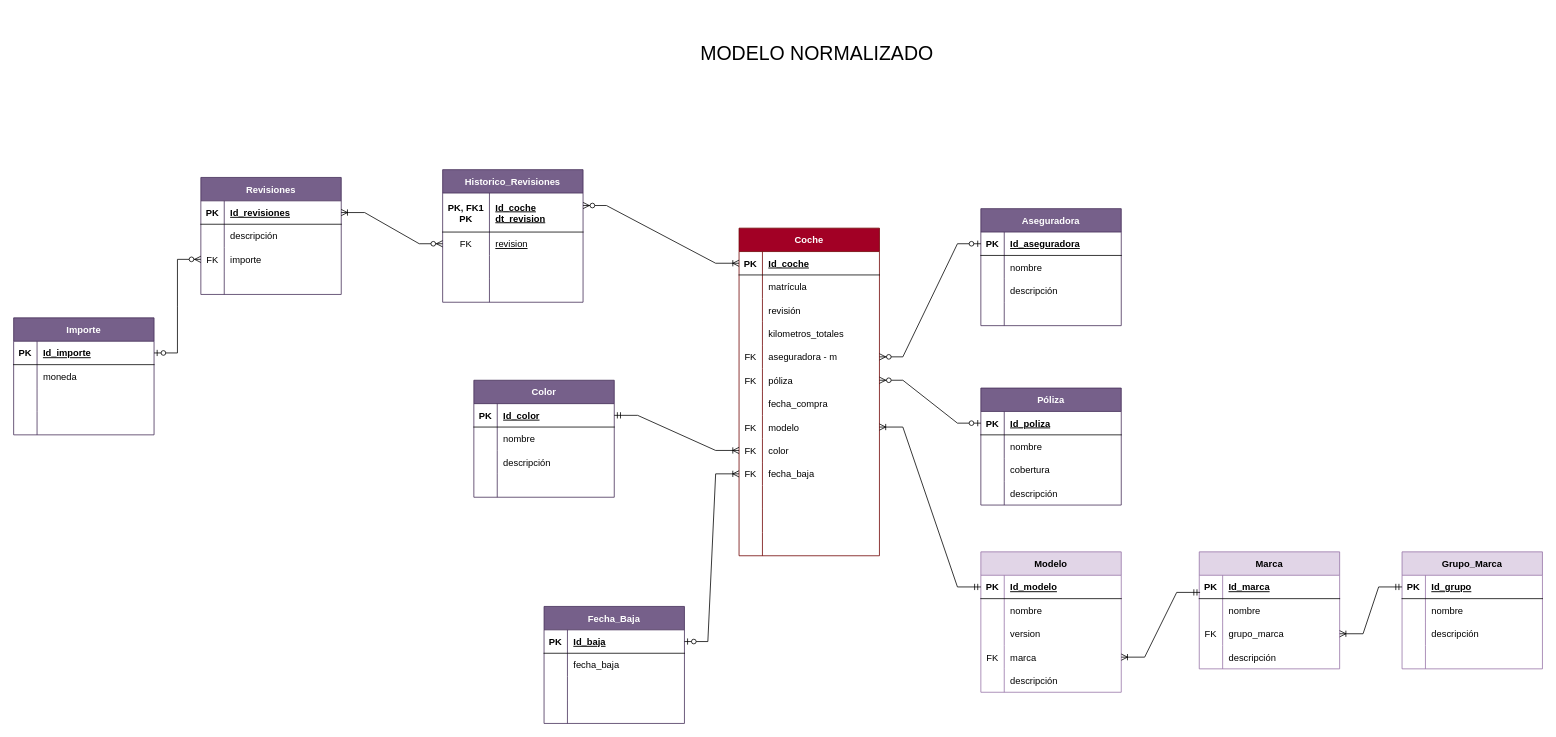
LTRIPLEY27/KeepCodingMobile15_Calzadilla_C_SQLModeling keeps this draw.io diagram as page "Página-1" (1 of 2) of diagrama_practicaSQL.drawio. Above is the earlier version. Source tidied: cells renumbered, new cells numbered last; positions are measured from the earlier drawing's top-left corner, leaving out a move shared by most shapes. Both pictures are drawn from the tidied source at 78%, with x=0, y=0 at pixel (13, 13).
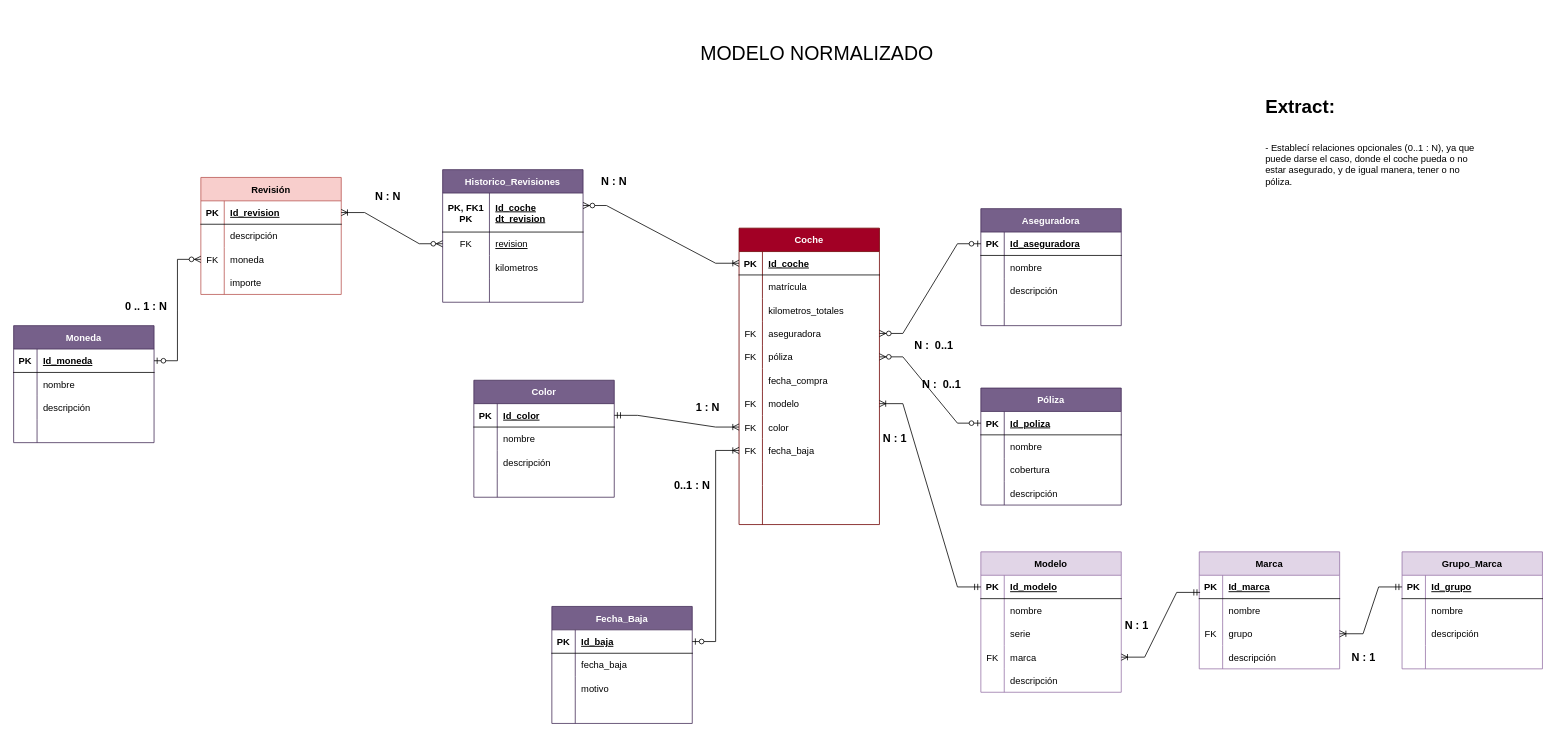
The same diagram, later.

The change refers to these unchanged cells:
```xml
<mxCell id="75" style="shape=tableRow;horizontal=0;startSize=0;swimlaneHead=0;swimlaneBody=0;fillColor=none;top=0;left=0;right=0;bottom=0;" parent="68" vertex="1">
  <mxGeometry y="90" width="180" height="30" as="geometry" />
</mxCell>
<mxCell id="92" style="shape=tableRow;horizontal=0;startSize=0;swimlaneHead=0;swimlaneBody=0;fillColor=none;points=[[0,0.5],[1,0.5]];portConstraint=eastwest;top=0;left=0;right=0;bottom=0;" parent="85" vertex="1">
  <mxGeometry y="90" width="180" height="30" as="geometry" />
</mxCell>
<mxCell id="112" style="shape=tableRow;horizontal=0;startSize=0;swimlaneHead=0;swimlaneBody=0;fillColor=none;points=[[0,0.5],[1,0.5]];portConstraint=eastwest;top=0;left=0;right=0;bottom=1;" parent="111" vertex="1">
  <mxGeometry y="30" width="180" height="30" as="geometry" />
</mxCell>
<mxCell id="118" style="shape=tableRow;horizontal=0;startSize=0;swimlaneHead=0;swimlaneBody=0;fillColor=none;points=[[0,0.5],[1,0.5]];portConstraint=eastwest;top=0;left=0;right=0;bottom=0;" parent="111" vertex="1">
  <mxGeometry y="90" width="180" height="30" as="geometry" />
</mxCell>
<mxCell id="121" style="shape=tableRow;horizontal=0;startSize=0;swimlaneHead=0;swimlaneBody=0;fillColor=none;top=0;left=0;right=0;bottom=0;" parent="111" vertex="1">
  <mxGeometry y="120" width="180" height="30" as="geometry" />
</mxCell>
<mxCell id="131" style="shape=tableRow;horizontal=0;startSize=0;swimlaneHead=0;swimlaneBody=0;fillColor=none;top=0;left=0;right=0;bottom=0;" parent="124" vertex="1">
  <mxGeometry y="90" width="180" height="30" as="geometry" />
</mxCell>
<mxCell id="144" style="shape=tableRow;horizontal=0;startSize=0;swimlaneHead=0;swimlaneBody=0;fillColor=none;top=0;left=0;right=0;bottom=0;" parent="137" vertex="1">
  <mxGeometry y="110" width="180" height="30" as="geometry" />
</mxCell>
<mxCell id="151" style="shape=tableRow;horizontal=0;startSize=0;swimlaneHead=0;swimlaneBody=0;fillColor=none;points=[[0,0.5],[1,0.5]];portConstraint=eastwest;top=0;left=0;right=0;bottom=1;" parent="150" vertex="1">
  <mxGeometry y="30" width="180" height="30" as="geometry" />
</mxCell>
<mxCell id="154" style="shape=tableRow;horizontal=0;startSize=0;swimlaneHead=0;swimlaneBody=0;fillColor=none;top=0;left=0;right=0;bottom=0;" parent="150" vertex="1">
  <mxGeometry y="60" width="180" height="30" as="geometry" />
</mxCell>
<mxCell id="157" style="shape=tableRow;horizontal=0;startSize=0;swimlaneHead=0;swimlaneBody=0;fillColor=none;top=0;left=0;right=0;bottom=0;" parent="150" vertex="1">
  <mxGeometry y="90" width="180" height="30" as="geometry" />
</mxCell>
```

The edit, as a diff of the source:
```diff
@@
     <mxCell id="2" value="Coche" style="shape=table;startSize=30;childLayout=tableLayout;rowLines=0;fontStyle=1;align=center;fillColor=#a20025;fontColor=#ffffff;strokeColor=#6F0000;" parent="1" vertex="1">
-      <mxGeometry x="930" y="275" width="180" height="420" as="geometry" />
+      <mxGeometry x="930" y="275" width="180" height="380" as="geometry" />
     </mxCell>
@@
-    <mxCell id="9" style="shape=tableRow;horizontal=0;startSize=0;swimlaneHead=0;swimlaneBody=0;fillColor=none;top=0;left=0;right=0;bottom=0;" parent="2" vertex="1">
-      <mxGeometry y="90" width="180" height="30" as="geometry" />
-    </mxCell>
-    <mxCell id="10" style="shape=partialRectangle;fillColor=none;top=0;left=0;bottom=0;right=0;overflow=hidden;fontStyle=1;" parent="9" vertex="1">
-      <mxGeometry width="30" height="30" as="geometry" />
-    </mxCell>
-    <mxCell id="11" value="revisión  " style="shape=partialRectangle;fillColor=none;top=0;left=0;bottom=0;right=0;align=left;spacingLeft=6;overflow=hidden;" parent="9" vertex="1">
-      <mxGeometry x="30" width="150" height="30" as="geometry" />
-    </mxCell>
     <mxCell id="12" style="shape=tableRow;horizontal=0;startSize=0;swimlaneHead=0;swimlaneBody=0;fillColor=none;top=0;left=0;right=0;bottom=0;" parent="2" vertex="1">
-      <mxGeometry y="120" width="180" height="30" as="geometry" />
+      <mxGeometry y="90" width="180" height="30" as="geometry" />
     </mxCell>
@@
     <mxCell id="15" style="shape=tableRow;horizontal=0;startSize=0;swimlaneHead=0;swimlaneBody=0;fillColor=none;points=[[0,0.5],[1,0.5]];portConstraint=eastwest;top=0;left=0;right=0;bottom=0;" parent="2" vertex="1">
-      <mxGeometry y="150" width="180" height="30" as="geometry" />
+      <mxGeometry y="120" width="180" height="30" as="geometry" />
     </mxCell>
@@
-    <mxCell id="17" value="aseguradora - m" style="shape=partialRectangle;fillColor=none;top=0;left=0;bottom=0;right=0;align=left;spacingLeft=6;overflow=hidden;" parent="15" vertex="1">
+    <mxCell id="17" value="aseguradora " style="shape=partialRectangle;fillColor=none;top=0;left=0;bottom=0;right=0;align=left;spacingLeft=6;overflow=hidden;" parent="15" vertex="1">
       <mxGeometry x="30" width="150" height="30" as="geometry" />
     </mxCell>
     <mxCell id="18" style="shape=tableRow;horizontal=0;startSize=0;swimlaneHead=0;swimlaneBody=0;fillColor=none;points=[[0,0.5],[1,0.5]];portConstraint=eastwest;top=0;left=0;right=0;bottom=0;" parent="2" vertex="1">
-      <mxGeometry y="180" width="180" height="30" as="geometry" />
+      <mxGeometry y="150" width="180" height="30" as="geometry" />
     </mxCell>
@@
     <mxCell id="21" style="shape=tableRow;horizontal=0;startSize=0;swimlaneHead=0;swimlaneBody=0;fillColor=none;top=0;left=0;right=0;bottom=0;" parent="2" vertex="1">
-      <mxGeometry y="210" width="180" height="30" as="geometry" />
+      <mxGeometry y="180" width="180" height="30" as="geometry" />
     </mxCell>
@@
     <mxCell id="24" style="shape=tableRow;horizontal=0;startSize=0;swimlaneHead=0;swimlaneBody=0;fillColor=none;points=[[0,0.5],[1,0.5]];portConstraint=eastwest;top=0;left=0;right=0;bottom=0;" parent="2" vertex="1">
-      <mxGeometry y="240" width="180" height="30" as="geometry" />
+      <mxGeometry y="210" width="180" height="30" as="geometry" />
     </mxCell>
@@
     <mxCell id="27" style="shape=tableRow;horizontal=0;startSize=0;swimlaneHead=0;swimlaneBody=0;fillColor=none;points=[[0,0.5],[1,0.5]];portConstraint=eastwest;top=0;left=0;right=0;bottom=0;" parent="2" vertex="1">
-      <mxGeometry y="270" width="180" height="30" as="geometry" />
+      <mxGeometry y="240" width="180" height="30" as="geometry" />
     </mxCell>
@@
     <mxCell id="30" style="shape=tableRow;horizontal=0;startSize=0;swimlaneHead=0;swimlaneBody=0;fillColor=none;points=[[0,0.5],[1,0.5]];portConstraint=eastwest;top=0;left=0;right=0;bottom=0;" parent="2" vertex="1">
-      <mxGeometry y="300" width="180" height="30" as="geometry" />
+      <mxGeometry y="270" width="180" height="30" as="geometry" />
     </mxCell>
@@
     <mxCell id="33" style="shape=tableRow;horizontal=0;startSize=0;swimlaneHead=0;swimlaneBody=0;fillColor=none;top=0;left=0;right=0;bottom=0;" parent="2" vertex="1">
-      <mxGeometry y="330" width="180" height="30" as="geometry" />
+      <mxGeometry y="300" width="180" height="30" as="geometry" />
     </mxCell>
@@
     <mxCell id="36" style="shape=tableRow;horizontal=0;startSize=0;swimlaneHead=0;swimlaneBody=0;fillColor=none;top=0;left=0;right=0;bottom=0;" parent="2" vertex="1">
-      <mxGeometry y="360" width="180" height="30" as="geometry" />
+      <mxGeometry y="330" width="180" height="30" as="geometry" />
     </mxCell>
@@
     <mxCell id="39" style="shape=tableRow;horizontal=0;startSize=0;swimlaneHead=0;swimlaneBody=0;fillColor=none;top=0;left=0;right=0;bottom=0;" parent="2" vertex="1">
-      <mxGeometry y="390" width="180" height="30" as="geometry" />
+      <mxGeometry y="360" width="180" height="20" as="geometry" />
     </mxCell>
     <mxCell id="40" style="shape=partialRectangle;fillColor=none;top=0;left=0;bottom=0;right=0;overflow=hidden;" parent="39" vertex="1">
-      <mxGeometry width="30" height="30" as="geometry" />
+      <mxGeometry width="30" height="20" as="geometry" />
     </mxCell>
     <mxCell id="41" style="shape=partialRectangle;fillColor=none;top=0;left=0;bottom=0;right=0;align=left;spacingLeft=6;overflow=hidden;" parent="39" vertex="1">
-      <mxGeometry x="30" width="150" height="30" as="geometry" />
+      <mxGeometry x="30" width="150" height="20" as="geometry" />
     </mxCell>
@@
-    <mxCell id="77" value="version" style="shape=partialRectangle;fillColor=none;top=0;left=0;bottom=0;right=0;align=left;spacingLeft=6;overflow=hidden;" parent="75" vertex="1">
+    <mxCell id="77" value="serie" style="shape=partialRectangle;fillColor=none;top=0;left=0;bottom=0;right=0;align=left;spacingLeft=6;overflow=hidden;" parent="75" vertex="1">
       <mxGeometry x="30" width="150" height="30" as="geometry" />
     </mxCell>
@@
-    <mxCell id="94" value="grupo_marca" style="shape=partialRectangle;fillColor=none;top=0;left=0;bottom=0;right=0;align=left;spacingLeft=6;overflow=hidden;" parent="92" vertex="1">
+    <mxCell id="94" value="grupo" style="shape=partialRectangle;fillColor=none;top=0;left=0;bottom=0;right=0;align=left;spacingLeft=6;overflow=hidden;" parent="92" vertex="1">
       <mxGeometry x="30" width="150" height="30" as="geometry" />
     </mxCell>
@@
-    <mxCell id="111" value="Revisiones" style="shape=table;startSize=30;childLayout=tableLayout;rowLines=0;fontStyle=1;align=center;fillColor=#76608a;fontColor=#ffffff;strokeColor=#432D57;" parent="1" vertex="1">
+    <mxCell id="111" value="Revisión" style="shape=table;startSize=30;childLayout=tableLayout;rowLines=0;fontStyle=1;align=center;fillColor=#f8cecc;strokeColor=#b85450;" parent="1" vertex="1">
       <mxGeometry x="240" y="210" width="180" height="150" as="geometry" />
     </mxCell>
@@
-    <mxCell id="114" value="Id_revisiones" style="shape=partialRectangle;fillColor=none;top=0;left=0;bottom=0;right=0;align=left;spacingLeft=6;fontStyle=5;overflow=hidden;" parent="112" vertex="1">
+    <mxCell id="114" value="Id_revision" style="shape=partialRectangle;fillColor=none;top=0;left=0;bottom=0;right=0;align=left;spacingLeft=6;fontStyle=5;overflow=hidden;" parent="112" vertex="1">
       <mxGeometry x="30" width="150" height="30" as="geometry" />
     </mxCell>
@@
-    <mxCell id="120" value="importe" style="shape=partialRectangle;fillColor=none;top=0;left=0;bottom=0;right=0;align=left;spacingLeft=6;overflow=hidden;" parent="118" vertex="1">
+    <mxCell id="120" value="moneda" style="shape=partialRectangle;fillColor=none;top=0;left=0;bottom=0;right=0;align=left;spacingLeft=6;overflow=hidden;" parent="118" vertex="1">
       <mxGeometry x="30" width="150" height="30" as="geometry" />
     </mxCell>
@@
-    <mxCell id="123" style="shape=partialRectangle;fillColor=none;top=0;left=0;bottom=0;right=0;align=left;spacingLeft=6;overflow=hidden;" parent="121" vertex="1">
+    <mxCell id="123" value="importe" style="shape=partialRectangle;fillColor=none;top=0;left=0;bottom=0;right=0;align=left;spacingLeft=6;overflow=hidden;" parent="121" vertex="1">
       <mxGeometry x="30" width="150" height="30" as="geometry" />
     </mxCell>
     <mxCell id="124" value="Fecha_Baja" style="shape=table;startSize=30;childLayout=tableLayout;rowLines=0;fontStyle=1;align=center;fillColor=#76608a;fontColor=#ffffff;strokeColor=#432D57;" parent="1" vertex="1">
-      <mxGeometry x="680" y="760" width="180" height="150" as="geometry" />
+      <mxGeometry x="690" y="760" width="180" height="150" as="geometry" />
     </mxCell>
@@
-    <mxCell id="133" style="shape=partialRectangle;fillColor=none;top=0;left=0;bottom=0;right=0;align=left;spacingLeft=6;overflow=hidden;" parent="131" vertex="1">
+    <mxCell id="133" value="motivo" style="shape=partialRectangle;fillColor=none;top=0;left=0;bottom=0;right=0;align=left;spacingLeft=6;overflow=hidden;" parent="131" vertex="1">
       <mxGeometry x="30" width="150" height="30" as="geometry" />
     </mxCell>
@@
-    <mxCell id="146" style="shape=partialRectangle;fillColor=none;top=0;left=0;bottom=0;right=0;align=left;spacingLeft=6;overflow=hidden;" parent="144" vertex="1">
+    <mxCell id="146" value="kilometros" style="shape=partialRectangle;fillColor=none;top=0;left=0;bottom=0;right=0;align=left;spacingLeft=6;overflow=hidden;" parent="144" vertex="1">
       <mxGeometry x="60" width="120" height="30" as="geometry" />
     </mxCell>
@@
-    <mxCell id="150" value="Importe" style="shape=table;startSize=30;childLayout=tableLayout;rowLines=0;fontStyle=1;align=center;fillColor=#76608a;fontColor=#ffffff;strokeColor=#432D57;" parent="1" vertex="1">
-      <mxGeometry y="390" width="180" height="150" as="geometry" />
+    <mxCell id="150" value="Moneda" style="shape=table;startSize=30;childLayout=tableLayout;rowLines=0;fontStyle=1;align=center;fillColor=#76608a;fontColor=#ffffff;strokeColor=#432D57;" parent="1" vertex="1">
+      <mxGeometry y="400" width="180" height="150" as="geometry" />
     </mxCell>
@@
-    <mxCell id="153" value="Id_importe" style="shape=partialRectangle;fillColor=none;top=0;left=0;bottom=0;right=0;align=left;spacingLeft=6;fontStyle=5;overflow=hidden;" parent="151" vertex="1">
+    <mxCell id="153" value="Id_moneda" style="shape=partialRectangle;fillColor=none;top=0;left=0;bottom=0;right=0;align=left;spacingLeft=6;fontStyle=5;overflow=hidden;" parent="151" vertex="1">
       <mxGeometry x="30" width="150" height="30" as="geometry" />
     </mxCell>
@@
-    <mxCell id="156" value="moneda" style="shape=partialRectangle;fillColor=none;top=0;left=0;bottom=0;right=0;align=left;spacingLeft=6;overflow=hidden;" parent="154" vertex="1">
+    <mxCell id="156" value="nombre" style="shape=partialRectangle;fillColor=none;top=0;left=0;bottom=0;right=0;align=left;spacingLeft=6;overflow=hidden;" parent="154" vertex="1">
       <mxGeometry x="30" width="150" height="30" as="geometry" />
     </mxCell>
@@
-    <mxCell id="159" style="shape=partialRectangle;fillColor=none;top=0;left=0;bottom=0;right=0;align=left;spacingLeft=6;overflow=hidden;" parent="157" vertex="1">
+    <mxCell id="159" value="descripción" style="shape=partialRectangle;fillColor=none;top=0;left=0;bottom=0;right=0;align=left;spacingLeft=6;overflow=hidden;" parent="157" vertex="1">
       <mxGeometry x="30" width="150" height="30" as="geometry" />
     </mxCell>
@@
+    <mxCell id="187" value="&lt;h1&gt;Extract:&lt;/h1&gt;&lt;div&gt;&lt;br&gt;&lt;/div&gt;&lt;div&gt;- Establecí relaciones opcionales (0..1 : N), ya que puede darse el caso, donde el coche pueda o no estar asegurado, y de igual manera, tener o no póliza.&lt;/div&gt;" style="text;html=1;strokeColor=none;fillColor=none;spacing=5;spacingTop=-20;whiteSpace=wrap;overflow=hidden;rounded=0;" parent="1" vertex="1">
+      <mxGeometry x="1600" y="100" width="290" height="260" as="geometry" />
+    </mxCell>
+    <mxCell id="188" value="&lt;b&gt;&lt;font style=&quot;font-size: 14px;&quot;&gt;1 : N&lt;/font&gt;&lt;/b&gt;" style="text;html=1;strokeColor=none;fillColor=none;align=center;verticalAlign=middle;whiteSpace=wrap;rounded=0;" parent="1" vertex="1">
+      <mxGeometry x="860" y="490" width="60" height="30" as="geometry" />
+    </mxCell>
+    <mxCell id="189" value="&lt;b&gt;&lt;font style=&quot;font-size: 14px;&quot;&gt;0..1 : N&lt;/font&gt;&lt;/b&gt;" style="text;html=1;strokeColor=none;fillColor=none;align=center;verticalAlign=middle;whiteSpace=wrap;rounded=0;" parent="1" vertex="1">
+      <mxGeometry x="840" y="590" width="60" height="30" as="geometry" />
+    </mxCell>
+    <mxCell id="190" value="&lt;b&gt;&lt;font style=&quot;font-size: 14px;&quot;&gt;N :&amp;nbsp; 0..1&lt;/font&gt;&lt;/b&gt;" style="text;html=1;strokeColor=none;fillColor=none;align=center;verticalAlign=middle;whiteSpace=wrap;rounded=0;" parent="1" vertex="1">
+      <mxGeometry x="1150" y="410" width="60" height="30" as="geometry" />
+    </mxCell>
+    <mxCell id="191" value="&lt;b&gt;&lt;font style=&quot;font-size: 14px;&quot;&gt;N : 1&lt;/font&gt;&lt;/b&gt;" style="text;html=1;strokeColor=none;fillColor=none;align=center;verticalAlign=middle;whiteSpace=wrap;rounded=0;" parent="1" vertex="1">
+      <mxGeometry x="1100" y="530" width="60" height="30" as="geometry" />
+    </mxCell>
+    <mxCell id="192" value="&lt;b&gt;&lt;font style=&quot;font-size: 14px;&quot;&gt;N : 1&lt;/font&gt;&lt;/b&gt;" style="text;html=1;strokeColor=none;fillColor=none;align=center;verticalAlign=middle;whiteSpace=wrap;rounded=0;" parent="1" vertex="1">
+      <mxGeometry x="1410" y="770" width="60" height="30" as="geometry" />
+    </mxCell>
+    <mxCell id="193" value="&lt;b&gt;&lt;font style=&quot;font-size: 14px;&quot;&gt;N : 1&lt;/font&gt;&lt;/b&gt;" style="text;html=1;strokeColor=none;fillColor=none;align=center;verticalAlign=middle;whiteSpace=wrap;rounded=0;" parent="1" vertex="1">
+      <mxGeometry x="1701" y="810" width="60" height="30" as="geometry" />
+    </mxCell>
+    <mxCell id="194" value="&lt;b&gt;&lt;font style=&quot;font-size: 14px;&quot;&gt;N : N&lt;/font&gt;&lt;/b&gt;" style="text;html=1;strokeColor=none;fillColor=none;align=center;verticalAlign=middle;whiteSpace=wrap;rounded=0;" parent="1" vertex="1">
+      <mxGeometry x="740" y="200" width="60" height="30" as="geometry" />
+    </mxCell>
+    <mxCell id="195" value="&lt;b&gt;&lt;font style=&quot;font-size: 14px;&quot;&gt;N : N&lt;/font&gt;&lt;/b&gt;" style="text;html=1;strokeColor=none;fillColor=none;align=center;verticalAlign=middle;whiteSpace=wrap;rounded=0;" parent="1" vertex="1">
+      <mxGeometry x="450" y="220" width="60" height="30" as="geometry" />
+    </mxCell>
+    <mxCell id="196" value="&lt;b&gt;&lt;font style=&quot;font-size: 14px;&quot;&gt;0 .. 1 : N&lt;/font&gt;&lt;/b&gt;" style="text;html=1;strokeColor=none;fillColor=none;align=center;verticalAlign=middle;whiteSpace=wrap;rounded=0;" parent="1" vertex="1">
+      <mxGeometry x="140" y="360" width="60" height="30" as="geometry" />
+    </mxCell>
+    <mxCell id="197" value="&lt;b&gt;&lt;font style=&quot;font-size: 14px;&quot;&gt;N :&amp;nbsp; 0..1&lt;/font&gt;&lt;/b&gt;" style="text;html=1;strokeColor=none;fillColor=none;align=center;verticalAlign=middle;whiteSpace=wrap;rounded=0;" parent="1" vertex="1">
+      <mxGeometry x="1160" y="460" width="60" height="30" as="geometry" />
+    </mxCell>
```
